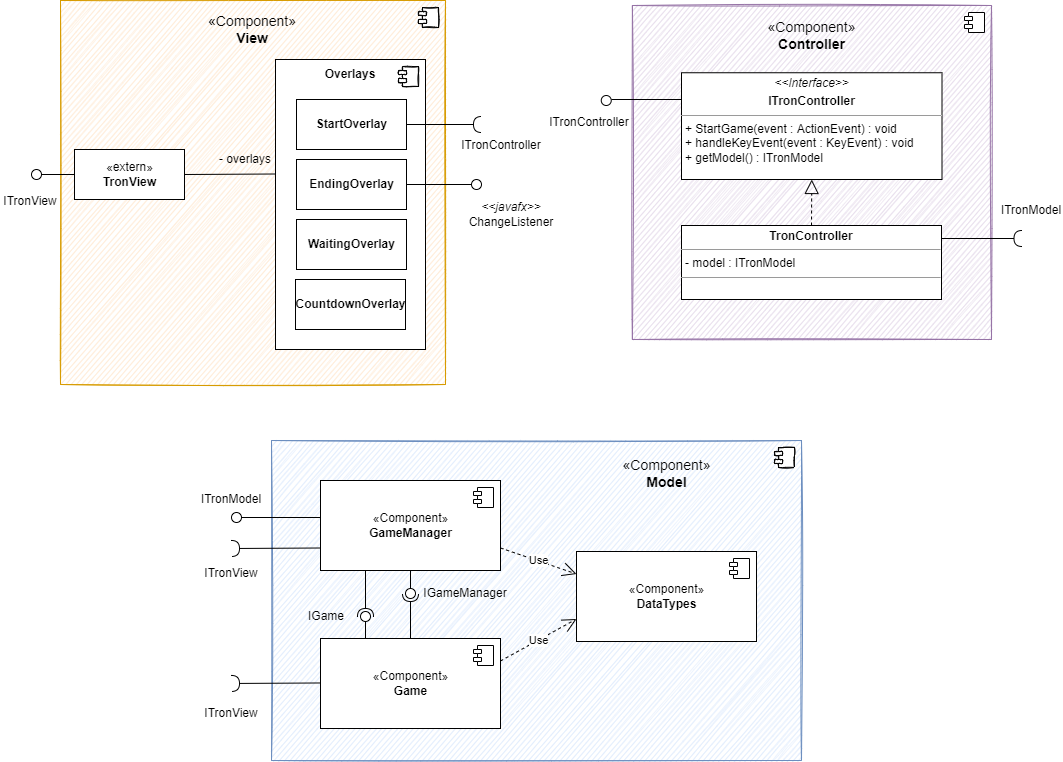
Above: diagrams/bs_layer2_view_controller.png in sckoenig/Distributed-Tron (draw.io), before the change. Source tidied: cells renumbered, new cells last; positions are measured from the earlier drawing's top-left corner, leaving out a move shared by most shapes.
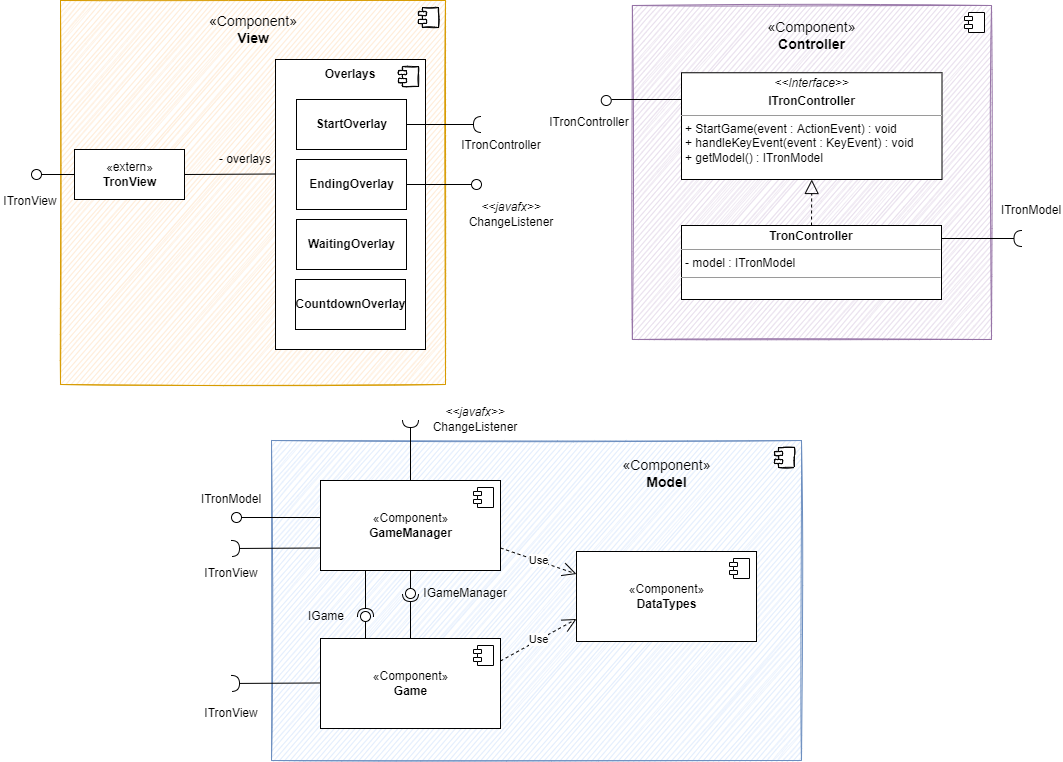
Above is the later version.

The edit, as a diff of the source:
```diff
@@ -205,5 +205,13 @@
     <mxCell id="59" value="ITronView" style="text;html=1;strokeColor=none;fillColor=none;align=center;verticalAlign=middle;whiteSpace=wrap;rounded=0;" parent="1" vertex="1">
       <mxGeometry x="201" y="698" width="60" height="30" as="geometry" />
     </mxCell>
+    <mxCell id="60" style="rounded=0;jettySize=auto;html=1;endArrow=halfCircle;endFill=0;endSize=6;strokeWidth=1;sketch=0;exitX=0.5;exitY=0;exitDx=0;exitDy=0;" parent="1" edge="1" source="37">
+      <mxGeometry relative="1" as="geometry">
+        <mxPoint x="410" y="419" as="targetPoint" />
+      </mxGeometry>
+    </mxCell>
+    <mxCell id="61" value="&lt;i&gt;&amp;lt;&amp;lt;javafx&amp;gt;&amp;gt;&lt;/i&gt;&lt;br&gt;ChangeListener" style="text;html=1;strokeColor=none;fillColor=none;align=center;verticalAlign=middle;whiteSpace=wrap;rounded=0;" parent="1" vertex="1">
+      <mxGeometry x="445" y="404" width="60" height="30" as="geometry" />
+    </mxCell>
   </root>
 </mxGraphModel>
```
